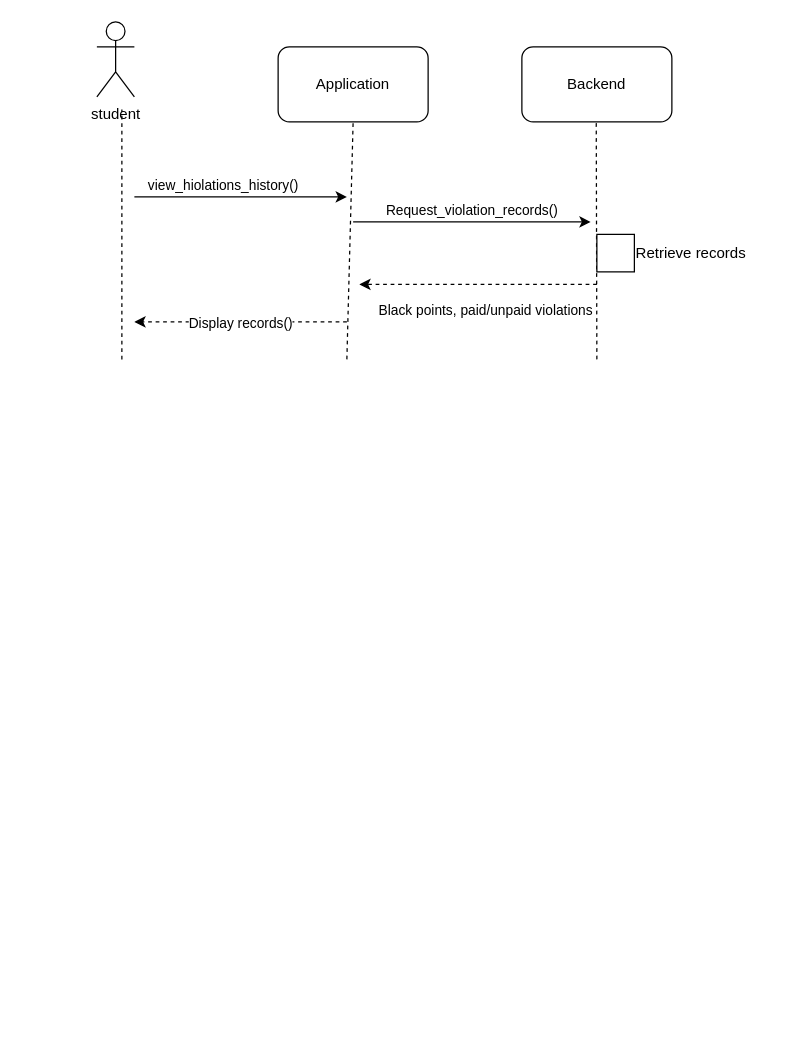
Before: page "Violation records" (4 of 6) of Untitled Diagram.drawio in sarraGhali/Drone-parking-system, a draw.io diagram. Source tidied: cells renumbered, new cells numbered last; positions are measured from the earlier drawing's top-left corner, leaving out a move shared by most shapes. Both pictures are drawn from the tidied source at 125%, with x=0, y=0 at pixel (96, 21).
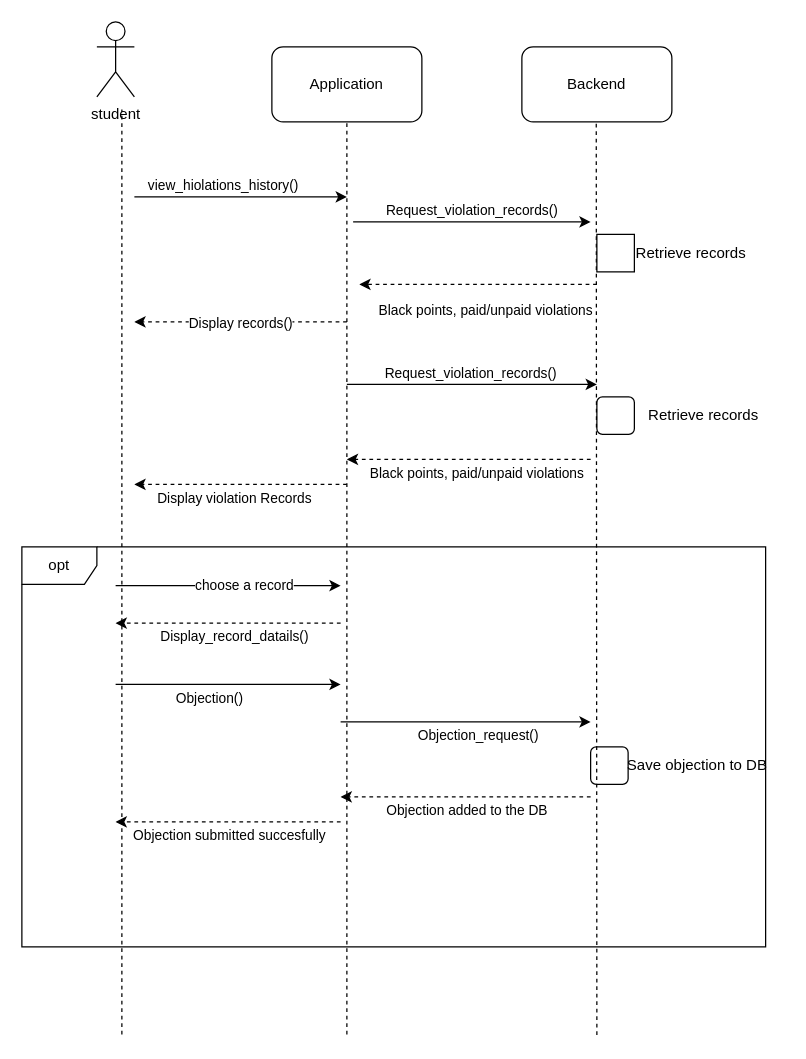
The same page after the edit.

The edit, as a diff of the source:
```diff
@@
     <mxCell id="2" value="Application" style="rounded=1;whiteSpace=wrap;html=1;" parent="1" vertex="1">
-      <mxGeometry x="145" y="20" width="120" height="60" as="geometry" />
+      <mxGeometry x="140" y="20" width="120" height="60" as="geometry" />
     </mxCell>
@@
     <mxCell id="4" style="endArrow=none;dashed=1;html=1;rounded=0;" parent="1" edge="1">
       <mxGeometry relative="1" as="geometry">
-        <mxPoint x="20" y="270" as="sourcePoint" />
+        <mxPoint x="20" y="810" as="sourcePoint" />
         <mxPoint x="20" y="70" as="targetPoint" />
       </mxGeometry>
     </mxCell>
@@
-    <mxCell id="6" style="endArrow=none;dashed=1;html=1;rounded=0;" parent="1" edge="1">
+    <mxCell id="6" style="endArrow=none;dashed=1;html=1;rounded=0;entryX=0.5;entryY=1;entryDx=0;entryDy=0;" parent="1" edge="1" target="2">
       <mxGeometry relative="1" as="geometry">
-        <mxPoint x="200" y="270" as="sourcePoint" />
-        <mxPoint x="205" y="80" as="targetPoint" />
+        <mxPoint x="200" y="810" as="sourcePoint" />
       </mxGeometry>
     </mxCell>
     <mxCell id="7" style="endArrow=none;dashed=1;html=1;rounded=0;" parent="1" edge="1">
       <mxGeometry relative="1" as="geometry">
-        <mxPoint x="400" y="270" as="sourcePoint" />
+        <mxPoint x="400" y="810.5" as="sourcePoint" />
         <mxPoint x="399.5" y="80" as="targetPoint" />
       </mxGeometry>
     </mxCell>
@@
+    <mxCell id="18" style="endArrow=classic;html=1;rounded=0;" parent="1" edge="1">
+      <mxGeometry relative="1" as="geometry">
+        <mxPoint x="200" y="290" as="sourcePoint" />
+        <mxPoint x="400" y="290" as="targetPoint" />
+      </mxGeometry>
+    </mxCell>
+    <mxCell id="19" value="Request_violation_records()" style="edgeLabel;html=1;align=center;verticalAlign=middle;" parent="18" vertex="1">
+      <mxGeometry x="-0.27" y="1" relative="1" as="geometry">
+        <mxPoint x="25" y="-9" as="offset" />
+      </mxGeometry>
+    </mxCell>
+    <mxCell id="20" style="rounded=1;whiteSpace=wrap;html=1;fontSize=12;fillColor=none;" parent="1" vertex="1">
+      <mxGeometry x="400" y="300" width="30" height="30" as="geometry" />
+    </mxCell>
+    <mxCell id="21" value="Retrieve records" style="text;html=1;align=center;verticalAlign=middle;strokeColor=none;fillColor=none;fontSize=12;" parent="1" vertex="1">
+      <mxGeometry x="430" y="300" width="110" height="30" as="geometry" />
+    </mxCell>
+    <mxCell id="22" style="endArrow=classic;html=1;rounded=0;dashed=1;" parent="1" edge="1">
+      <mxGeometry relative="1" as="geometry">
+        <mxPoint x="395" y="350" as="sourcePoint" />
+        <mxPoint x="200" y="350" as="targetPoint" />
+      </mxGeometry>
+    </mxCell>
+    <mxCell id="23" value="Black points, paid/unpaid violations" style="edgeLabel;html=1;align=center;verticalAlign=middle;" parent="22" vertex="1">
+      <mxGeometry x="0.01" y="-2" relative="1" as="geometry">
+        <mxPoint x="6" y="12" as="offset" />
+      </mxGeometry>
+    </mxCell>
+    <mxCell id="24" style="endArrow=classic;html=1;rounded=0;dashed=1;" parent="1" edge="1">
+      <mxGeometry relative="1" as="geometry">
+        <mxPoint x="200" y="370" as="sourcePoint" />
+        <mxPoint x="30" y="370" as="targetPoint" />
+      </mxGeometry>
+    </mxCell>
+    <mxCell id="25" value="Display violation Records" style="edgeLabel;html=1;align=center;verticalAlign=middle;" parent="24" vertex="1">
+      <mxGeometry x="0.3" relative="1" as="geometry">
+        <mxPoint x="20" y="10" as="offset" />
+      </mxGeometry>
+    </mxCell>
+    <mxCell id="26" style="endArrow=classic;html=1;rounded=0;" parent="1" edge="1">
+      <mxGeometry relative="1" as="geometry">
+        <mxPoint x="15" y="451" as="sourcePoint" />
+        <mxPoint x="195" y="451" as="targetPoint" />
+      </mxGeometry>
+    </mxCell>
+    <mxCell id="27" value="choose a record" style="edgeLabel;html=1;align=center;verticalAlign=middle;" parent="26" vertex="1">
+      <mxGeometry x="0.13" y="1" relative="1" as="geometry" />
+    </mxCell>
+    <mxCell id="28" style="endArrow=classic;html=1;rounded=0;dashed=1;" parent="1" edge="1">
+      <mxGeometry relative="1" as="geometry">
+        <mxPoint x="195" y="481" as="sourcePoint" />
+        <mxPoint x="15" y="481" as="targetPoint" />
+      </mxGeometry>
+    </mxCell>
+    <mxCell id="29" value="Display_record_datails()" style="edgeLabel;html=1;align=center;verticalAlign=middle;" parent="28" vertex="1">
+      <mxGeometry x="0.2" relative="1" as="geometry">
+        <mxPoint x="22" y="10" as="offset" />
+      </mxGeometry>
+    </mxCell>
+    <mxCell id="30" style="endArrow=classic;html=1;rounded=0;" parent="1" edge="1">
+      <mxGeometry relative="1" as="geometry">
+        <mxPoint x="15" y="530" as="sourcePoint" />
+        <mxPoint x="195" y="530" as="targetPoint" />
+      </mxGeometry>
+    </mxCell>
+    <mxCell id="31" value="Objection()" style="edgeLabel;html=1;align=center;verticalAlign=middle;" parent="30" vertex="1">
+      <mxGeometry x="-0.26" y="3" relative="1" as="geometry">
+        <mxPoint x="7" y="13" as="offset" />
+      </mxGeometry>
+    </mxCell>
+    <mxCell id="32" style="endArrow=classic;html=1;rounded=0;" parent="1" edge="1">
+      <mxGeometry relative="1" as="geometry">
+        <mxPoint x="195" y="560" as="sourcePoint" />
+        <mxPoint x="395" y="560" as="targetPoint" />
+      </mxGeometry>
+    </mxCell>
+    <mxCell id="33" value="Objection_request()" style="edgeLabel;html=1;align=center;verticalAlign=middle;" parent="32" vertex="1">
+      <mxGeometry x="0.09" y="-2" relative="1" as="geometry">
+        <mxPoint y="8" as="offset" />
+      </mxGeometry>
+    </mxCell>
+    <mxCell id="34" style="rounded=1;whiteSpace=wrap;html=1;fontSize=12;fillColor=none;" parent="1" vertex="1">
+      <mxGeometry x="395" y="580" width="30" height="30" as="geometry" />
+    </mxCell>
+    <mxCell id="35" value="Save objection to DB" style="text;html=1;align=center;verticalAlign=middle;strokeColor=none;fillColor=none;fontSize=12;" parent="1" vertex="1">
+      <mxGeometry x="410" y="580" width="140" height="30" as="geometry" />
+    </mxCell>
+    <mxCell id="36" style="endArrow=classic;html=1;rounded=0;dashed=1;" parent="1" edge="1">
+      <mxGeometry relative="1" as="geometry">
+        <mxPoint x="395" y="620" as="sourcePoint" />
+        <mxPoint x="195" y="620" as="targetPoint" />
+      </mxGeometry>
+    </mxCell>
+    <mxCell id="37" value="Objection added to the DB" style="edgeLabel;html=1;align=center;verticalAlign=middle;" parent="36" vertex="1">
+      <mxGeometry x="0.14" y="1" relative="1" as="geometry">
+        <mxPoint x="14" y="9" as="offset" />
+      </mxGeometry>
+    </mxCell>
+    <mxCell id="38" style="endArrow=classic;html=1;rounded=0;dashed=1;" parent="1" edge="1">
+      <mxGeometry relative="1" as="geometry">
+        <mxPoint x="195" y="640" as="sourcePoint" />
+        <mxPoint x="15" y="640" as="targetPoint" />
+      </mxGeometry>
+    </mxCell>
+    <mxCell id="39" value="Objection submitted succesfully" style="edgeLabel;html=1;align=center;verticalAlign=middle;" parent="38" vertex="1">
+      <mxGeometry x="0.15" y="-1" relative="1" as="geometry">
+        <mxPoint x="13" y="11" as="offset" />
+      </mxGeometry>
+    </mxCell>
+    <mxCell id="40" value="opt" style="shape=umlFrame;whiteSpace=wrap;html=1;fontSize=12;" parent="1" vertex="1">
+      <mxGeometry x="-60" y="420" width="595" height="320" as="geometry" />
+    </mxCell>
```
